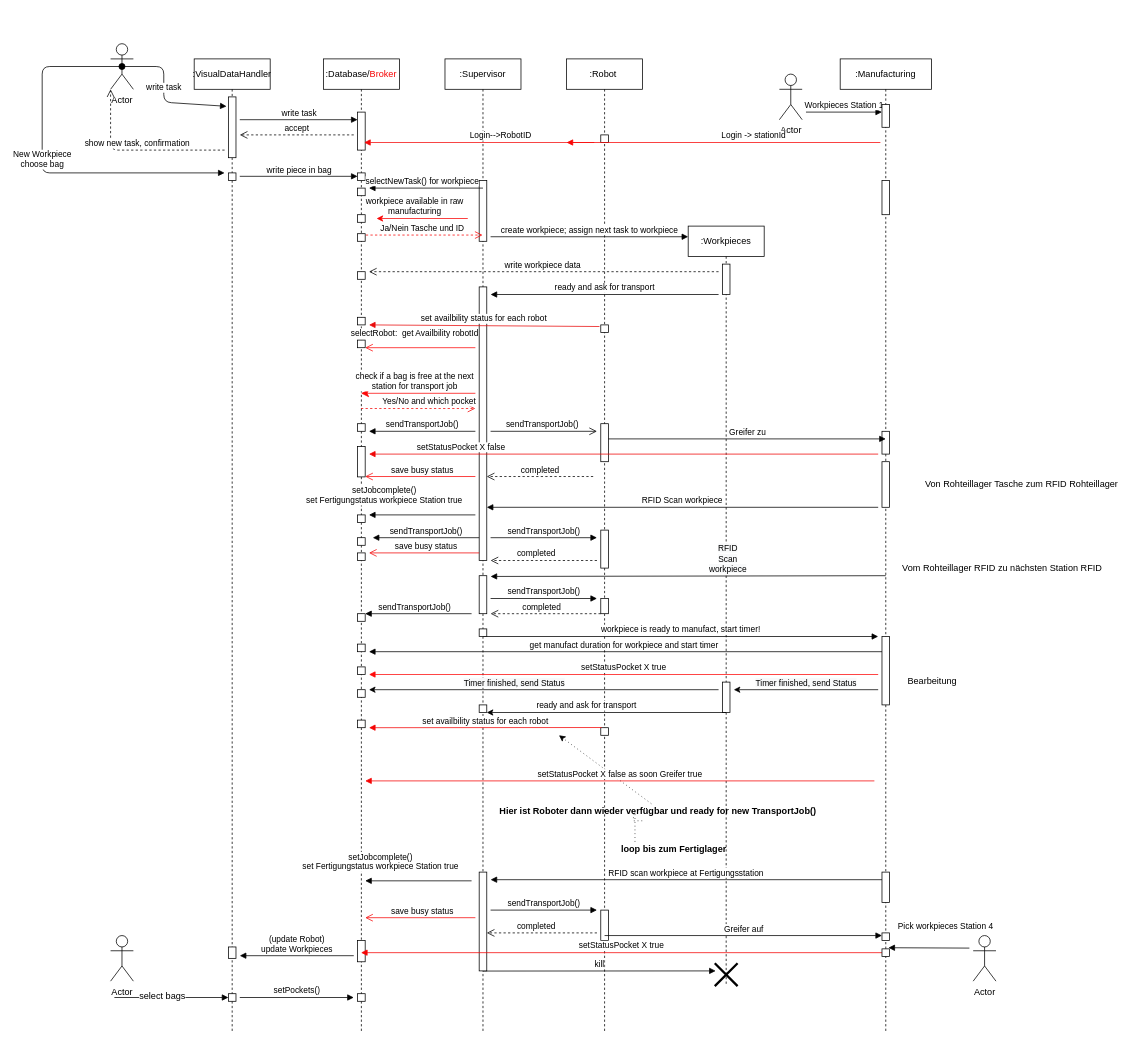
Nuramon4/Gewerk1 keeps this draw.io diagram as Planung/Sequenzdiagramm.drawio. Above is the earlier version. Source tidied: cells renumbered, new cells numbered last; positions are measured from the earlier drawing's top-left corner, leaving out a move shared by most shapes. Both pictures are drawn from the tidied source at 76%, with x=0, y=0 at pixel (42, 43).
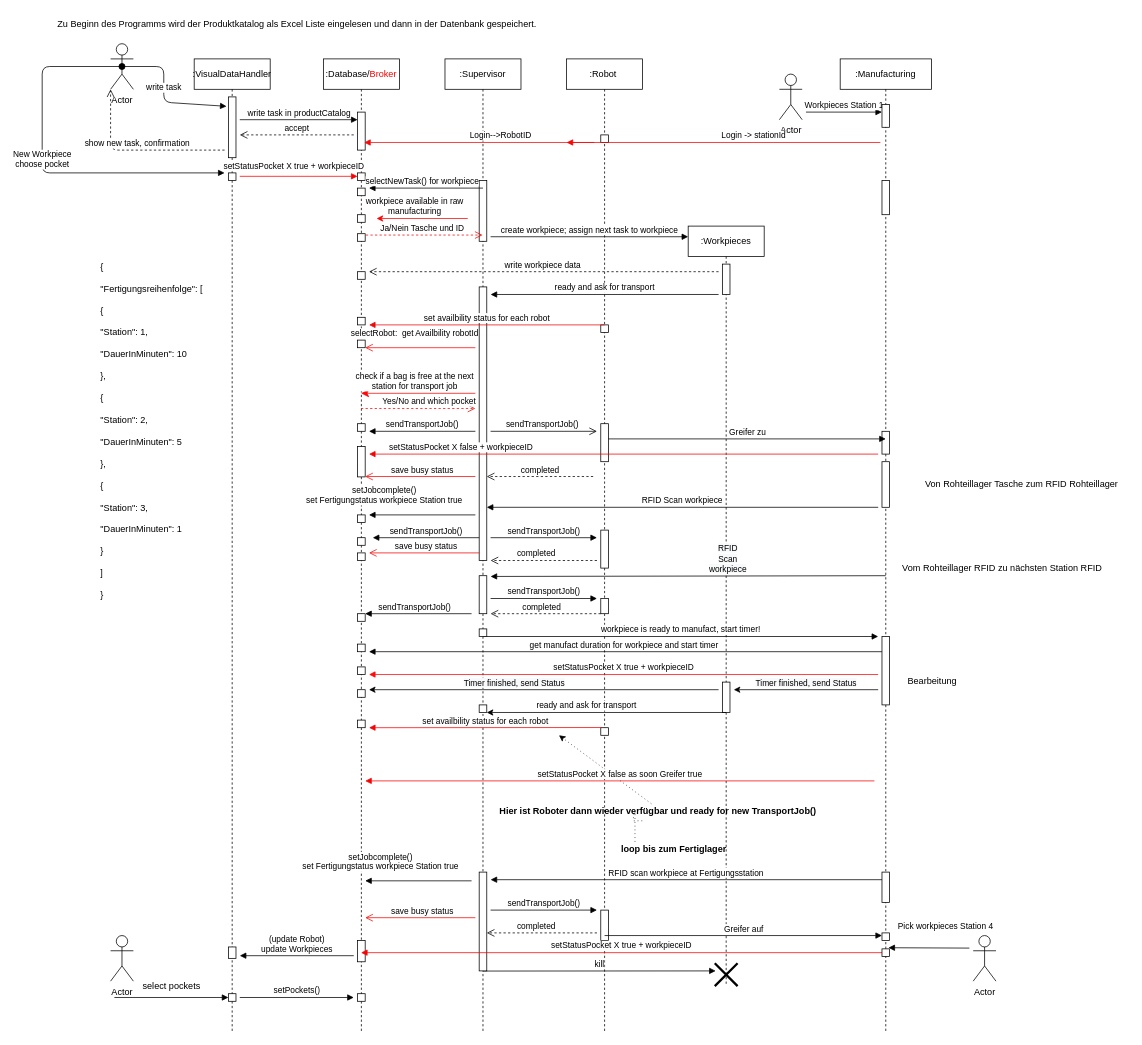
The same page after the edit.

The change refers to these unchanged cells:
```xml
<mxCell id="12" style="html=1;points=[];perimeter=orthogonalPerimeter;" parent="9" vertex="1">
  <mxGeometry x="45" y="350" width="10" height="10" as="geometry" />
</mxCell>
<mxCell id="24" value=":Database/&lt;font color=&quot;#f50505&quot;&gt;Broker&lt;/font&gt;" style="shape=umlLifeline;perimeter=lifelinePerimeter;whiteSpace=wrap;html=1;outlineConnect=0;" parent="1" vertex="1">
  <mxGeometry x="370" y="20" width="100" height="1280" as="geometry" />
</mxCell>
<mxCell id="25" style="html=1;points=[];perimeter=orthogonalPerimeter;" parent="24" vertex="1">
  <mxGeometry x="45" y="70" width="10" height="50" as="geometry" />
</mxCell>
<mxCell id="51" value="Actor" style="shape=umlActor;verticalLabelPosition=bottom;labelBackgroundColor=#ffffff;verticalAlign=top;html=1;" parent="1" vertex="1">
  <mxGeometry x="90" width="30" height="60" as="geometry" />
</mxCell>
<mxCell id="113" style="html=1;verticalAlign=bottom;endArrow=block;" parent="1" edge="1">
  <mxGeometry relative="1" as="geometry">
    <mxPoint x="95" y="1255" as="sourcePoint" />
    <mxPoint x="245" y="1255" as="targetPoint" />
  </mxGeometry>
</mxCell>
<mxCell id="125" style="html=1;points=[];perimeter=orthogonalPerimeter;" parent="1" vertex="1">
  <mxGeometry x="1105" y="1191" width="10" height="10" as="geometry" />
</mxCell>
```

Diff of the diagram source:
```diff
@@
-    <mxCell id="54" value="write task" style="html=1;verticalAlign=bottom;startArrow=none;endArrow=block;startSize=8;startFill=0;" parent="1" edge="1" target="25">
+    <mxCell id="54" value="write task in productCatalog" style="html=1;verticalAlign=bottom;startArrow=none;endArrow=block;startSize=8;startFill=0;" parent="1" edge="1" target="25">
       <mxGeometry relative="1" as="geometry">
         <mxPoint x="260" y="100" as="sourcePoint" />
       </mxGeometry>
     </mxCell>
@@
-    <mxCell id="67" value="New Workpiece&lt;br&gt;choose bag" style="html=1;verticalAlign=bottom;endArrow=block;exitX=0.5;exitY=0.5;exitDx=0;exitDy=0;exitPerimeter=0;" parent="1" edge="1" source="51">
+    <mxCell id="67" value="New Workpiece&lt;br&gt;choose pocket" style="html=1;verticalAlign=bottom;endArrow=block;exitX=0.5;exitY=0.5;exitDx=0;exitDy=0;exitPerimeter=0;" parent="1" edge="1" source="51">
       <mxGeometry relative="1" as="geometry">
         <mxPoint x="240" y="170" as="targetPoint" />
         <Array as="points">
           <mxPoint y="30" />
           <mxPoint y="170" />
         </Array>
       </mxGeometry>
     </mxCell>
@@
-    <mxCell id="70" value="write piece in bag" style="html=1;verticalAlign=bottom;startArrow=none;endArrow=block;startSize=8;startFill=0;" parent="1" edge="1">
-      <mxGeometry relative="1" as="geometry">
+    <mxCell id="70" value="setStatusPocket X true + workpieceID" style="html=1;verticalAlign=bottom;startArrow=none;endArrow=block;startSize=8;startFill=0;strokeColor=#f70202;" parent="1" edge="1">
+      <mxGeometry x="-0.1" y="5" relative="1" as="geometry">
         <mxPoint x="260" y="174.5" as="sourcePoint" />
         <mxPoint x="415" y="174.5" as="targetPoint" />
+        <mxPoint x="1" as="offset" />
       </mxGeometry>
     </mxCell>
@@
-    <mxCell id="80" value="setStatusPocket X true" style="html=1;verticalAlign=bottom;endArrow=block;strokeColor=#ff0a0a;" parent="1" edge="1">
+    <mxCell id="80" value="setStatusPocket X true + workpieceID" style="html=1;verticalAlign=bottom;endArrow=block;strokeColor=#ff0a0a;" parent="1" edge="1">
       <mxGeometry relative="1" as="geometry">
         <mxPoint x="1100" y="830" as="sourcePoint" />
         <mxPoint x="430" y="830" as="targetPoint" />
       </mxGeometry>
     </mxCell>
@@
-    <mxCell id="91" value="set availbility status for each robot" style="html=1;verticalAlign=bottom;endArrow=block;exitX=-0.17;exitY=0.213;exitDx=0;exitDy=0;exitPerimeter=0;strokeColor=#e90c0c;" parent="1" edge="1" source="12">
+    <mxCell id="91" value="set availbility status for each robot" style="html=1;verticalAlign=bottom;endArrow=block;strokeColor=#e90c0c;" parent="1" edge="1">
       <mxGeometry relative="1" as="geometry">
+        <mxPoint x="740" y="370" as="sourcePoint" />
         <mxPoint x="430" y="370" as="targetPoint" />
       </mxGeometry>
     </mxCell>
@@
-    <mxCell id="103" value="setStatusPocket X false" style="html=1;verticalAlign=bottom;endArrow=block;strokeColor=#ef0606;" parent="1" edge="1">
+    <mxCell id="103" value="setStatusPocket X false + workpieceID" style="html=1;verticalAlign=bottom;endArrow=block;strokeColor=#ef0606;" parent="1" edge="1">
       <mxGeometry x="0.64" relative="1" as="geometry">
         <mxPoint x="1100" y="540" as="sourcePoint" />
         <mxPoint x="430" y="540" as="targetPoint" />
       </mxGeometry>
     </mxCell>
@@
-    <mxCell id="114" value="select bags" style="text;html=1;align=center;verticalAlign=middle;labelBackgroundColor=#ffffff;" parent="113" vertex="1">
-      <mxGeometry x="-0.17" y="2" relative="1" as="geometry" />
-    </mxCell>
@@
-    <mxCell id="124" value="setStatusPocket X true" style="html=1;verticalAlign=bottom;endArrow=block;strokeColor=#f60404;startArrow=none;" parent="1" edge="1" source="125" target="24">
+    <mxCell id="124" value="setStatusPocket X true + workpieceID" style="html=1;verticalAlign=bottom;endArrow=block;strokeColor=#f60404;startArrow=none;" parent="1" edge="1" source="125" target="24">
       <mxGeometry relative="1" as="geometry" />
     </mxCell>
@@
+    <mxCell id="127" value="select pockets" style="text;html=1;align=center;verticalAlign=middle;strokeColor=none;fillColor=none;" parent="1" vertex="1">
+      <mxGeometry x="120" y="1225" width="100" height="30" as="geometry" />
+    </mxCell>
+    <mxCell id="128" value="Zu Beginn des Programms wird der Produktkatalog als Excel Liste eingelesen und dann in der Datenbank gespeichert." style="text;html=1;align=center;verticalAlign=middle;strokeColor=none;fillColor=none;" parent="1" vertex="1">
+      <mxGeometry x="10" y="-40" width="650" height="30" as="geometry" />
+    </mxCell>
+    <mxCell id="129" value="{&lt;br/&gt;&lt;br&gt;&quot;Fertigungsreihenfolge&quot;: [&lt;br/&gt;&lt;br&gt;    {&lt;br/&gt;&lt;br&gt;      &quot;Station&quot;: 1,&lt;br/&gt;&lt;br&gt;      &quot;DauerInMinuten&quot;: 10&lt;br/&gt;&lt;br&gt;    },&lt;br/&gt;&lt;br&gt;    {&lt;br/&gt;&lt;br&gt;      &quot;Station&quot;: 2,&lt;br/&gt;&lt;br&gt;      &quot;DauerInMinuten&quot;: 5&lt;br/&gt;&lt;br&gt;    },&lt;br/&gt;&lt;br&gt;    {&lt;br/&gt;&lt;br&gt;      &quot;Station&quot;: 3,&lt;br/&gt;&lt;br&gt;      &quot;DauerInMinuten&quot;: 1&lt;br/&gt;&lt;br&gt;    }&lt;br/&gt;&lt;br&gt;  ]&lt;br/&gt;&lt;br&gt;}" style="text;whiteSpace=wrap;html=1;" parent="1" vertex="1">
+      <mxGeometry x="75" y="280" width="170" height="270" as="geometry" />
+    </mxCell>
```
